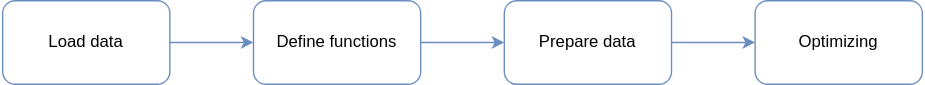
The draw.io diagram images/logistic_regression_workflow.svg in vuanhtuan1012/machine-learning, before a commit. Source tidied: cells renumbered, new cells last; positions are measured from the earlier drawing's top-left corner, leaving out a move shared by most shapes.
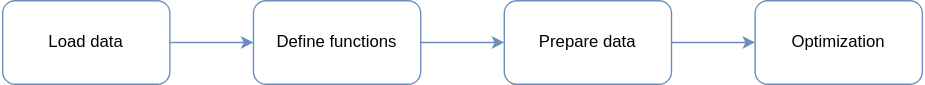
After the change.

Commit message:
update logistic regression workflow

Diff of the diagram source:
```diff
@@ -14,7 +14,7 @@
     <mxCell id="5" value="Define functions" style="rounded=1;whiteSpace=wrap;html=1;strokeColor=#6c8ebf;fillColor=none;" parent="1" vertex="1">
       <mxGeometry x="180" width="120" height="60" as="geometry" />
     </mxCell>
-    <mxCell id="6" value="Optimizing" style="rounded=1;whiteSpace=wrap;html=1;strokeColor=#6c8ebf;fillColor=none;" parent="1" vertex="1">
+    <mxCell id="6" value="Optimization" style="rounded=1;whiteSpace=wrap;html=1;strokeColor=#6c8ebf;fillColor=none;" parent="1" vertex="1">
       <mxGeometry x="540" width="120" height="60" as="geometry" />
     </mxCell>
     <mxCell id="7" style="edgeStyle=orthogonalEdgeStyle;rounded=0;jettySize=auto;html=1;fillColor=#dae8fc;strokeColor=#6c8ebf;" parent="1" edge="1" source="8" target="6">
```
